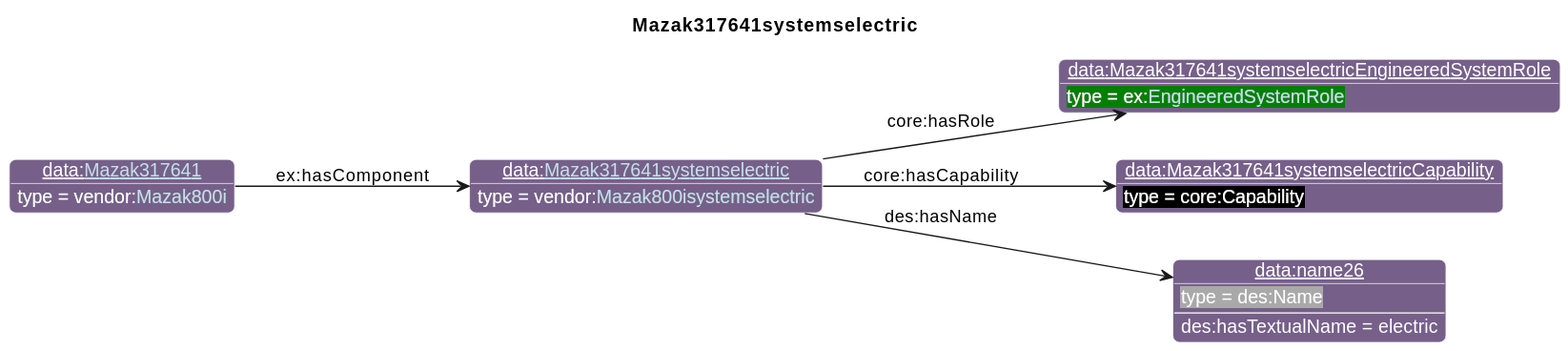
Above: diagrams/Mazak317641systemselectric.svg in iofoundry/example-syseng-mtconnect (PlantUML), before the change.
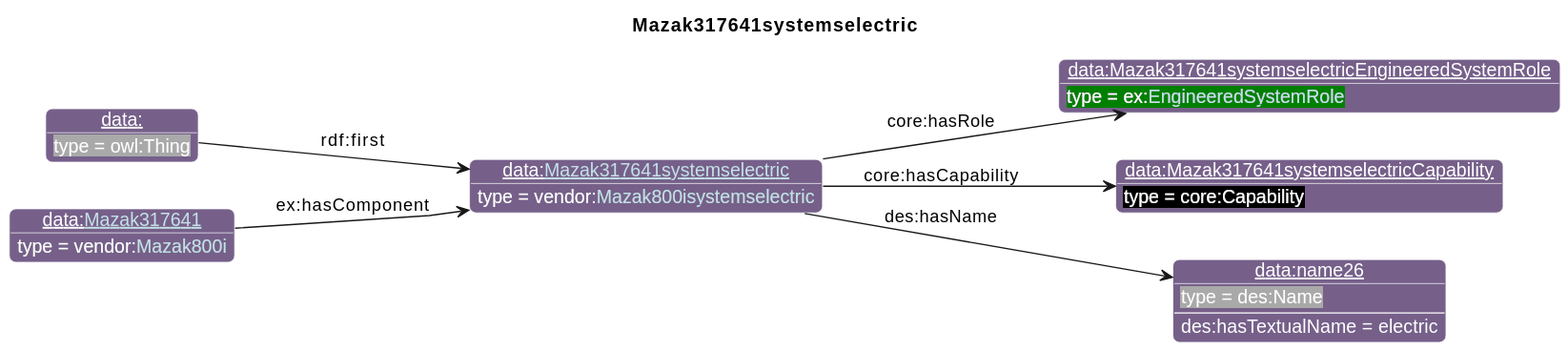
After the change.

What changed in the source:
```diff
@@ -29,10 +29,12 @@
 individual(o1, data:Mazak317641systemselectricEngineeredSystemRole, ex:[[../Example.html#EngineeredSystemRole EngineeredSystemRole]])
 individual(o2, data:Mazak317641systemselectricCapability, core:Capability)
 individual(o3, data:name26, des:Name)
-individual(o4, data:[[./Mazak317641.html Mazak317641]], vendor:[[../Mazak.html#Mazak800i Mazak800i]])
+individual(o4, data:, owl:Thing)
+individual(o5, data:[[./Mazak317641.html Mazak317641]], vendor:[[../Mazak.html#Mazak800i Mazak800i]])
 property(o0, "core:hasRole", o1)
 property(o0, "core:hasCapability", o2)
 property(o0, "des:hasName", o3)
 data(o3, "des:hasTextualName", "electric")
-property(o4, "ex:hasComponent", o0)
+property(o4, "rdf:first", o0)
+property(o5, "ex:hasComponent", o0)
 @enduml
```
